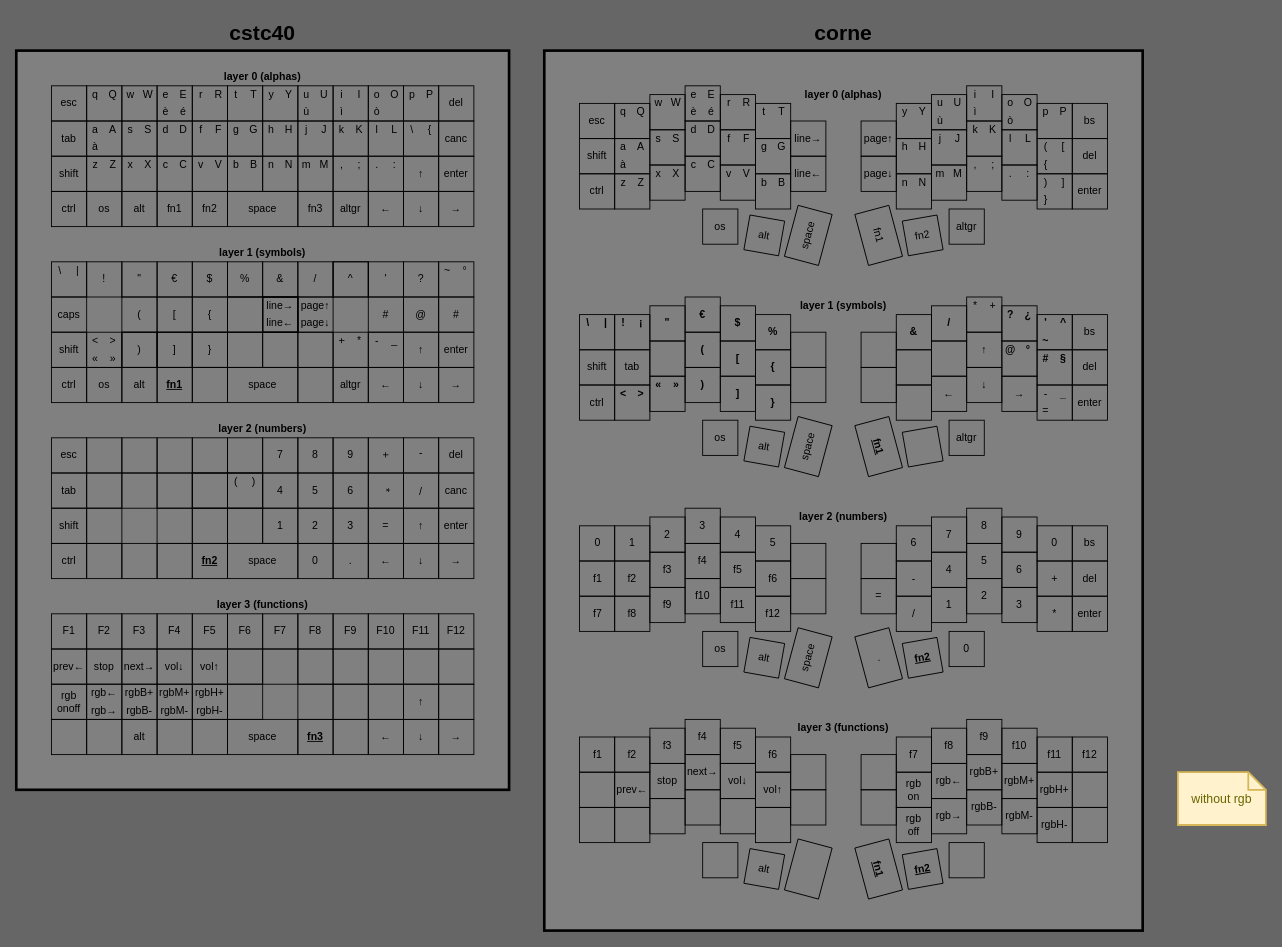
The draw.io diagram layouts.dio in dellarosciagiorgio/crkbd, before the edit. Source tidied: cells renumbered, new cells numbered last; positions are measured from the earlier drawing's top-left corner, leaving out a move shared by most shapes. Both pictures are drawn from the tidied source at 88%, with x=0, y=0 at pixel (16, 15).
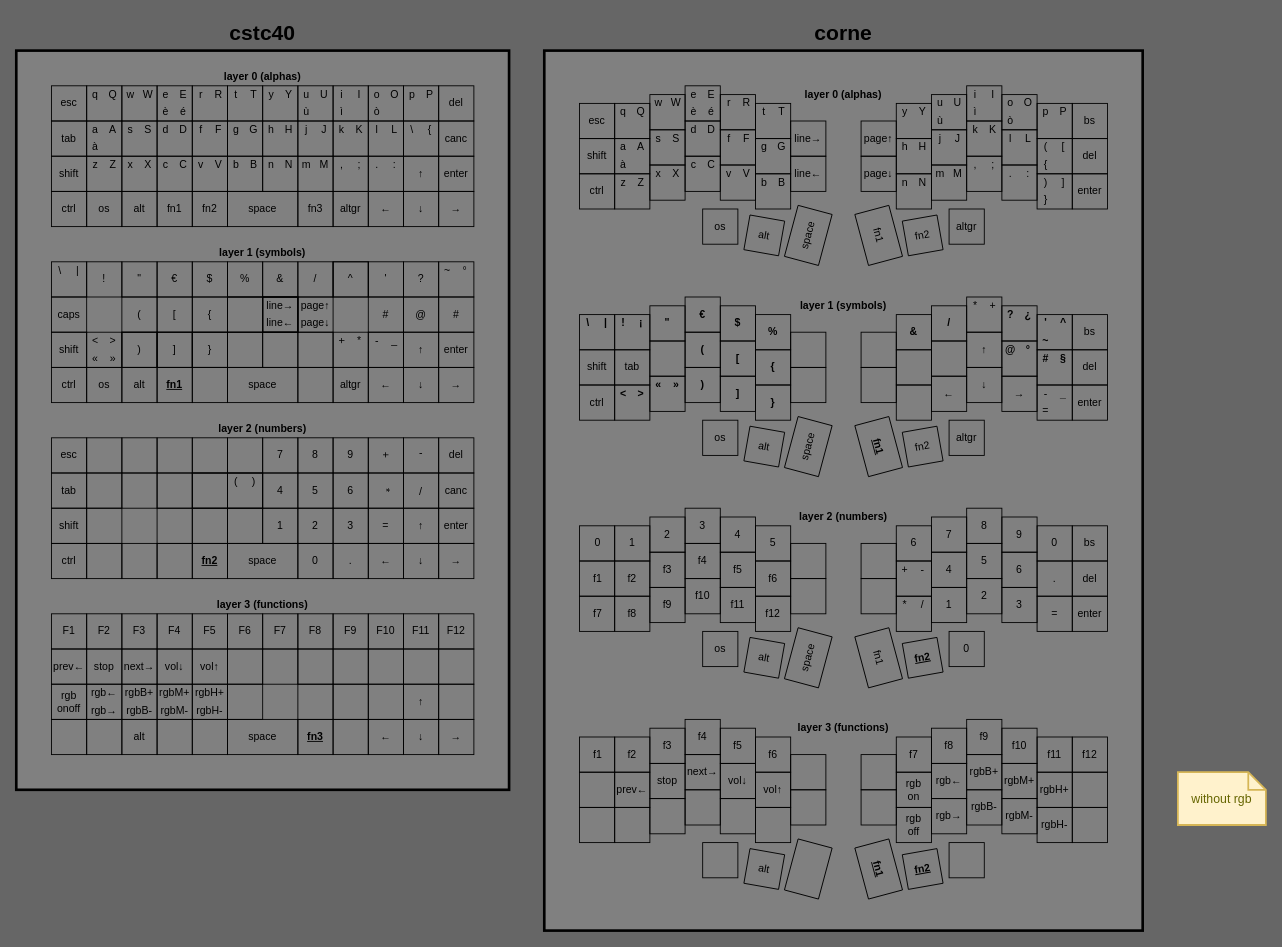
The same diagram, later.

Unchanged cells that the change refers to:
```xml
<mxCell id="555" style="group;" parent="1" vertex="1">
  <mxGeometry x="600" width="680" height="1040" as="geometry" />
</mxCell>
```

Diff of the diagram source:
```diff
@@
     <mxCell id="894" value="+" style="text;html=1;strokeColor=none;fillColor=none;align=center;verticalAlign=middle;whiteSpace=wrap;rounded=0;strokeWidth=1;fontFamily=Cascadia Code;fontColor=#000000;" parent="555" vertex="1">
-      <mxGeometry x="570" y="630" width="20" height="20" as="geometry" />
+      <mxGeometry x="400" y="620" width="20" height="20" as="geometry" />
     </mxCell>
     <mxCell id="895" value="*" style="text;html=1;strokeColor=none;fillColor=none;align=center;verticalAlign=middle;whiteSpace=wrap;rounded=0;strokeWidth=1;fontFamily=Cascadia Code;fontColor=#000000;" parent="555" vertex="1">
-      <mxGeometry x="570" y="670" width="20" height="20" as="geometry" />
+      <mxGeometry x="400" y="660" width="20" height="20" as="geometry" />
     </mxCell>
     <mxCell id="896" value="-" style="text;html=1;strokeColor=none;fillColor=none;align=center;verticalAlign=middle;whiteSpace=wrap;rounded=0;strokeWidth=1;fontFamily=Cascadia Code;fontColor=#000000;" parent="555" vertex="1">
-      <mxGeometry x="410" y="630" width="20" height="20" as="geometry" />
+      <mxGeometry x="420" y="620" width="20" height="20" as="geometry" />
     </mxCell>
     <mxCell id="897" value="/" style="text;html=1;strokeColor=none;fillColor=none;align=center;verticalAlign=middle;whiteSpace=wrap;rounded=0;strokeWidth=1;fontFamily=Cascadia Code;fontColor=#000000;" parent="555" vertex="1">
-      <mxGeometry x="410" y="670" width="20" height="20" as="geometry" />
+      <mxGeometry x="420" y="660" width="20" height="20" as="geometry" />
     </mxCell>
@@
-    <mxCell id="899" value="." style="text;html=1;strokeColor=none;fillColor=none;align=center;verticalAlign=middle;whiteSpace=wrap;rounded=0;strokeWidth=1;fontFamily=Cascadia Code;fontColor=#000000;rotation=-15;" parent="555" vertex="1">
-      <mxGeometry x="370" y="720" width="20" height="20" as="geometry" />
+    <mxCell id="899" value="." style="text;html=1;strokeColor=none;fillColor=none;align=center;verticalAlign=middle;whiteSpace=wrap;rounded=0;strokeWidth=1;fontFamily=Cascadia Code;fontColor=#000000;rotation=0;" parent="555" vertex="1">
+      <mxGeometry x="570" y="630" width="20" height="20" as="geometry" />
     </mxCell>
@@
     <mxCell id="902" value="=" style="text;html=1;strokeColor=none;fillColor=none;align=center;verticalAlign=middle;whiteSpace=wrap;rounded=0;strokeWidth=1;fontFamily=Cascadia Code;fontColor=#000000;" parent="555" vertex="1">
-      <mxGeometry x="370" y="650" width="20" height="20" as="geometry" />
+      <mxGeometry x="570" y="670" width="20" height="20" as="geometry" />
     </mxCell>
@@
+    <mxCell id="953" value="fn1" style="text;html=1;strokeColor=none;fillColor=none;align=center;verticalAlign=middle;whiteSpace=wrap;rounded=0;strokeWidth=1;fontFamily=Cascadia Code;fontColor=#000000;rotation=75;fontStyle=0;" parent="555" vertex="1">
+      <mxGeometry x="370" y="720" width="20" height="20" as="geometry" />
+    </mxCell>
+    <mxCell id="954" value="fn2" style="text;html=1;strokeColor=none;fillColor=none;align=center;verticalAlign=middle;whiteSpace=wrap;rounded=0;strokeWidth=1;fontFamily=Cascadia Code;fontColor=#000000;rotation=-10;fontStyle=0;" parent="555" vertex="1">
+      <mxGeometry x="420" y="480" width="20" height="20" as="geometry" />
+    </mxCell>
```
